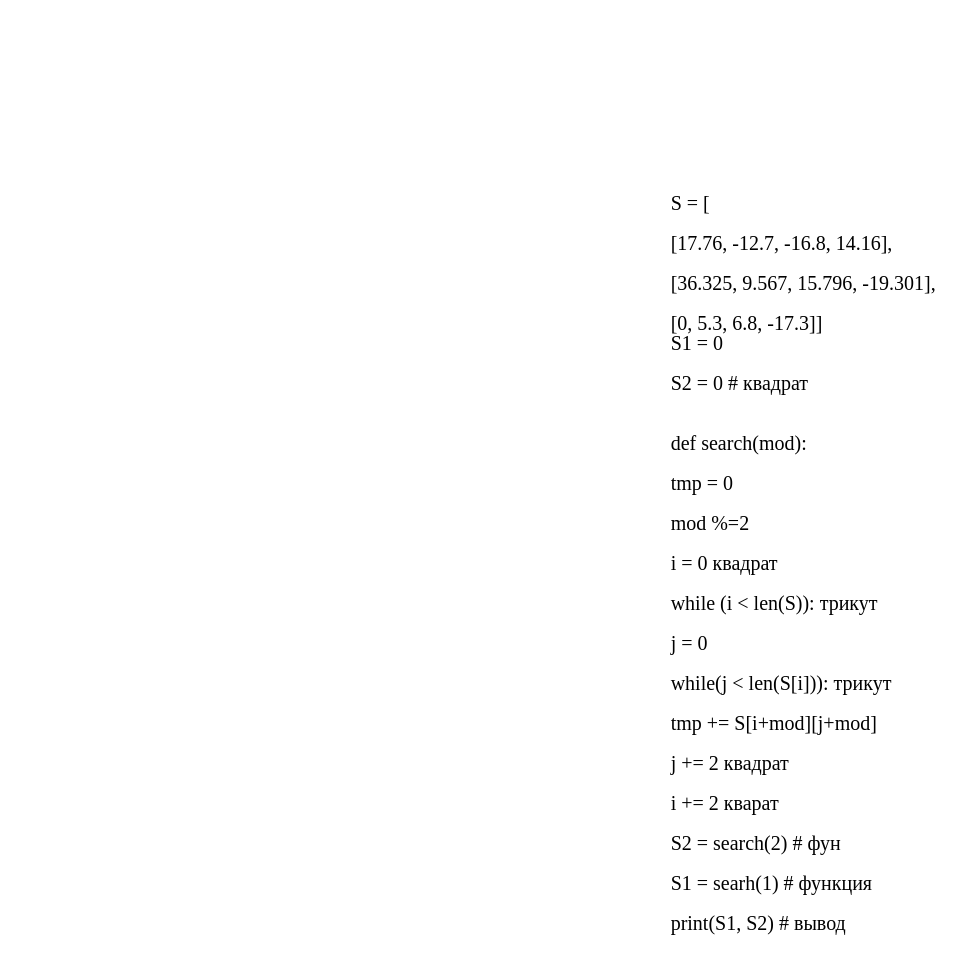
Earlier version of the draw.io diagram 4_lab_cpp.drawio (CyTon-Code/C). Source tidied: cells renumbered, new cells numbered last; positions are measured from the earlier drawing's top-left corner, leaving out a move shared by most shapes. Both pictures are drawn from the tidied source at 125%, with x=0, y=0 at pixel (659, 171).
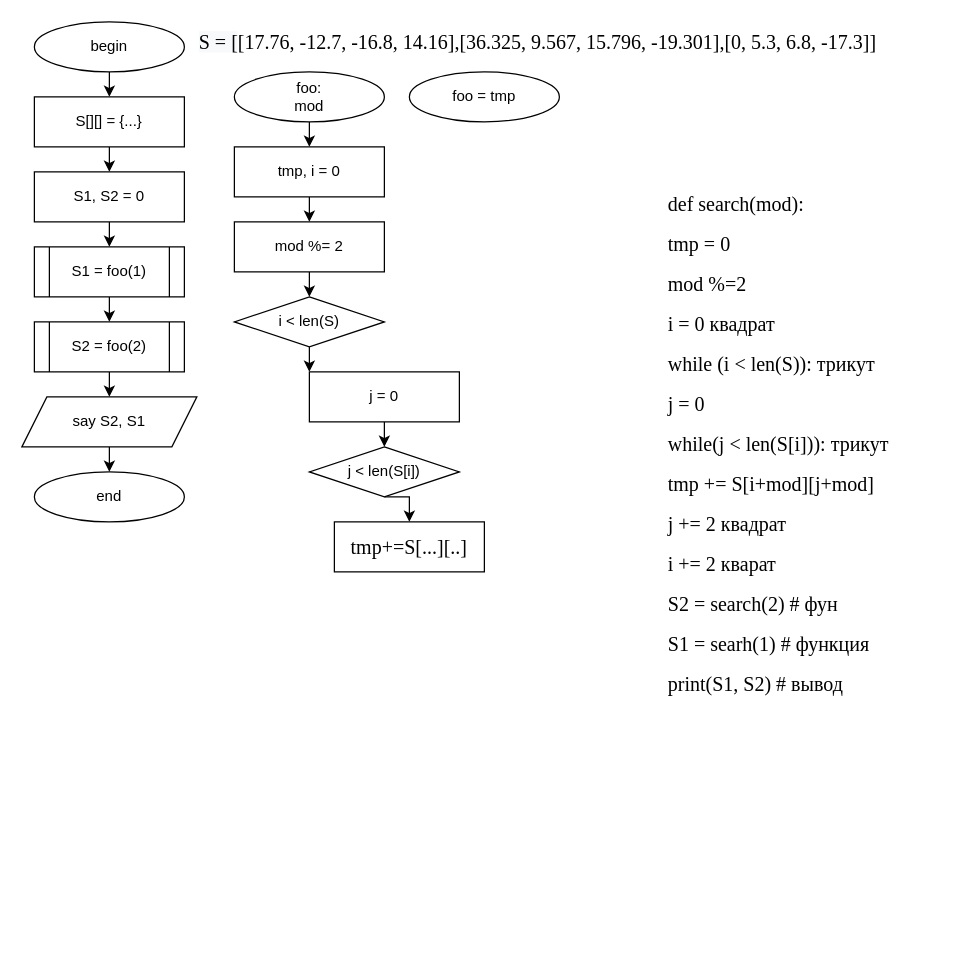
After the change.

Diff of the diagram source:
```diff
@@
-    <mxCell id="2" value="&lt;p class=&quot;western&quot; align=&quot;left&quot; style=&quot;margin-bottom: 0cm ; direction: ltr ; line-height: 16px ; text-align: left ; background: transparent ; font-family: &amp;#34;liberation serif&amp;#34; , serif ; font-size: 12pt&quot;&gt;S = [&lt;/p&gt;&lt;p class=&quot;western&quot; align=&quot;left&quot; style=&quot;margin-bottom: 0cm ; direction: ltr ; line-height: 16px ; text-align: left ; background: transparent ; font-family: &amp;#34;liberation serif&amp;#34; , serif ; font-size: 12pt&quot;&gt;[17.76, -12.7, -16.8, 14.16],&lt;/p&gt;&lt;p class=&quot;western&quot; align=&quot;left&quot; style=&quot;margin-bottom: 0cm ; direction: ltr ; line-height: 16px ; text-align: left ; background: transparent ; font-family: &amp;#34;liberation serif&amp;#34; , serif ; font-size: 12pt&quot;&gt;[36.325, 9.567, 15.796, -19.301],&lt;/p&gt;&lt;p class=&quot;western&quot; align=&quot;left&quot; style=&quot;margin-bottom: 0cm ; direction: ltr ; line-height: 16px ; text-align: left ; background: transparent ; font-family: &amp;#34;liberation serif&amp;#34; , serif ; font-size: 12pt&quot;&gt;[0, 5.3, 6.8, -17.3]]&lt;br&gt;S1 = 0&lt;/p&gt;&lt;p class=&quot;western&quot; align=&quot;left&quot; style=&quot;margin-bottom: 0cm ; direction: ltr ; line-height: 16px ; text-align: left ; background: transparent ; font-family: &amp;#34;liberation serif&amp;#34; , serif ; font-size: 12pt&quot;&gt;S2 = 0 # квадрат&lt;/p&gt;&lt;p class=&quot;western&quot; align=&quot;left&quot; style=&quot;margin-bottom: 0cm ; direction: ltr ; line-height: 16px ; text-align: left ; background: transparent ; font-family: &amp;#34;liberation serif&amp;#34; , serif ; font-size: 12pt&quot;&gt;&lt;br&gt;def search(mod):&lt;/p&gt;&lt;p class=&quot;western&quot; align=&quot;left&quot; style=&quot;margin-bottom: 0cm ; direction: ltr ; line-height: 16px ; text-align: left ; background: transparent ; font-family: &amp;#34;liberation serif&amp;#34; , serif ; font-size: 12pt&quot;&gt;tmp = 0&lt;/p&gt;&lt;p class=&quot;western&quot; align=&quot;left&quot; style=&quot;margin-bottom: 0cm ; direction: ltr ; line-height: 16px ; text-align: left ; background: transparent ; font-family: &amp;#34;liberation serif&amp;#34; , serif ; font-size: 12pt&quot;&gt;mod %=2&lt;/p&gt;&lt;p class=&quot;western&quot; align=&quot;left&quot; style=&quot;margin-bottom: 0cm ; direction: ltr ; line-height: 16px ; text-align: left ; background: transparent ; font-family: &amp;#34;liberation serif&amp;#34; , serif ; font-size: 12pt&quot;&gt;i = 0 квадрат&lt;/p&gt;&lt;p class=&quot;western&quot; align=&quot;left&quot; style=&quot;margin-bottom: 0cm ; direction: ltr ; line-height: 16px ; text-align: left ; background: transparent ; font-family: &amp;#34;liberation serif&amp;#34; , serif ; font-size: 12pt&quot;&gt;while (i &amp;lt; len(S)): трикут&lt;/p&gt;&lt;p class=&quot;western&quot; align=&quot;left&quot; style=&quot;margin-bottom: 0cm ; direction: ltr ; line-height: 16px ; text-align: left ; background: transparent ; font-family: &amp;#34;liberation serif&amp;#34; , serif ; font-size: 12pt&quot;&gt;j = 0&lt;/p&gt;&lt;p class=&quot;western&quot; align=&quot;left&quot; style=&quot;margin-bottom: 0cm ; direction: ltr ; line-height: 16px ; text-align: left ; background: transparent ; font-family: &amp;#34;liberation serif&amp;#34; , serif ; font-size: 12pt&quot;&gt;while(j &amp;lt; len(S[i])): трикут&lt;/p&gt;&lt;p class=&quot;western&quot; align=&quot;left&quot; style=&quot;margin-bottom: 0cm ; direction: ltr ; line-height: 16px ; text-align: left ; background: transparent ; font-family: &amp;#34;liberation serif&amp;#34; , serif ; font-size: 12pt&quot;&gt;tmp += S[i+mod][j+mod]&lt;/p&gt;&lt;p class=&quot;western&quot; align=&quot;left&quot; style=&quot;margin-bottom: 0cm ; direction: ltr ; line-height: 16px ; text-align: left ; background: transparent ; font-family: &amp;#34;liberation serif&amp;#34; , serif ; font-size: 12pt&quot;&gt;j += 2 квадрат&lt;/p&gt;&lt;p class=&quot;western&quot; align=&quot;left&quot; style=&quot;margin-bottom: 0cm ; direction: ltr ; line-height: 16px ; text-align: left ; background: transparent ; font-family: &amp;#34;liberation serif&amp;#34; , serif ; font-size: 12pt&quot;&gt;i += 2 кварат&lt;/p&gt;&lt;p class=&quot;western&quot; align=&quot;left&quot; style=&quot;margin-bottom: 0cm ; direction: ltr ; line-height: 16px ; text-align: left ; background: transparent ; font-family: &amp;#34;liberation serif&amp;#34; , serif ; font-size: 12pt&quot;&gt;S2 = search(2) # фун&lt;/p&gt;&lt;p class=&quot;western&quot; align=&quot;left&quot; style=&quot;margin-bottom: 0cm ; direction: ltr ; line-height: 16px ; text-align: left ; background: transparent ; font-family: &amp;#34;liberation serif&amp;#34; , serif ; font-size: 12pt&quot;&gt;S1 = searh(1) # функция&lt;/p&gt;&lt;p class=&quot;western&quot; align=&quot;left&quot; style=&quot;margin-bottom: 0cm ; direction: ltr ; line-height: 16px ; text-align: left ; background: transparent ; font-family: &amp;#34;liberation serif&amp;#34; , serif ; font-size: 12pt&quot;&gt;print(S1, S2) # вывод&lt;/p&gt;" style="text;html=1;align=center;verticalAlign=middle;" parent="1" vertex="1">
-      <mxGeometry width="230" height="610" as="geometry" />
+    <mxCell id="2" value="&lt;p class=&quot;western&quot; align=&quot;left&quot; style=&quot;margin-bottom: 0cm ; direction: ltr ; line-height: 16px ; text-align: left ; background: transparent ; font-family: &amp;#34;liberation serif&amp;#34; , serif ; font-size: 12pt&quot;&gt;&lt;span style=&quot;background-color: transparent ; font-size: 12pt&quot;&gt;def search(mod):&lt;/span&gt;&lt;br&gt;&lt;/p&gt;&lt;p class=&quot;western&quot; align=&quot;left&quot; style=&quot;margin-bottom: 0cm ; direction: ltr ; line-height: 16px ; text-align: left ; background: transparent ; font-family: &amp;#34;liberation serif&amp;#34; , serif ; font-size: 12pt&quot;&gt;tmp = 0&lt;/p&gt;&lt;p class=&quot;western&quot; align=&quot;left&quot; style=&quot;margin-bottom: 0cm ; direction: ltr ; line-height: 16px ; text-align: left ; background: transparent ; font-family: &amp;#34;liberation serif&amp;#34; , serif ; font-size: 12pt&quot;&gt;mod %=2&lt;/p&gt;&lt;p class=&quot;western&quot; align=&quot;left&quot; style=&quot;margin-bottom: 0cm ; direction: ltr ; line-height: 16px ; text-align: left ; background: transparent ; font-family: &amp;#34;liberation serif&amp;#34; , serif ; font-size: 12pt&quot;&gt;i = 0 квадрат&lt;/p&gt;&lt;p class=&quot;western&quot; align=&quot;left&quot; style=&quot;margin-bottom: 0cm ; direction: ltr ; line-height: 16px ; text-align: left ; background: transparent ; font-family: &amp;#34;liberation serif&amp;#34; , serif ; font-size: 12pt&quot;&gt;while (i &amp;lt; len(S)): трикут&lt;/p&gt;&lt;p class=&quot;western&quot; align=&quot;left&quot; style=&quot;margin-bottom: 0cm ; direction: ltr ; line-height: 16px ; text-align: left ; background: transparent ; font-family: &amp;#34;liberation serif&amp;#34; , serif ; font-size: 12pt&quot;&gt;j = 0&lt;/p&gt;&lt;p class=&quot;western&quot; align=&quot;left&quot; style=&quot;margin-bottom: 0cm ; direction: ltr ; line-height: 16px ; text-align: left ; background: transparent ; font-family: &amp;#34;liberation serif&amp;#34; , serif ; font-size: 12pt&quot;&gt;while(j &amp;lt; len(S[i])): трикут&lt;/p&gt;&lt;p class=&quot;western&quot; align=&quot;left&quot; style=&quot;margin-bottom: 0cm ; direction: ltr ; line-height: 16px ; text-align: left ; background: transparent ; font-family: &amp;#34;liberation serif&amp;#34; , serif ; font-size: 12pt&quot;&gt;tmp += S[i+mod][j+mod]&lt;/p&gt;&lt;p class=&quot;western&quot; align=&quot;left&quot; style=&quot;margin-bottom: 0cm ; direction: ltr ; line-height: 16px ; text-align: left ; background: transparent ; font-family: &amp;#34;liberation serif&amp;#34; , serif ; font-size: 12pt&quot;&gt;j += 2 квадрат&lt;/p&gt;&lt;p class=&quot;western&quot; align=&quot;left&quot; style=&quot;margin-bottom: 0cm ; direction: ltr ; line-height: 16px ; text-align: left ; background: transparent ; font-family: &amp;#34;liberation serif&amp;#34; , serif ; font-size: 12pt&quot;&gt;i += 2 кварат&lt;/p&gt;&lt;p class=&quot;western&quot; align=&quot;left&quot; style=&quot;margin-bottom: 0cm ; direction: ltr ; line-height: 16px ; text-align: left ; background: transparent ; font-family: &amp;#34;liberation serif&amp;#34; , serif ; font-size: 12pt&quot;&gt;S2 = search(2) # фун&lt;/p&gt;&lt;p class=&quot;western&quot; align=&quot;left&quot; style=&quot;margin-bottom: 0cm ; direction: ltr ; line-height: 16px ; text-align: left ; background: transparent ; font-family: &amp;#34;liberation serif&amp;#34; , serif ; font-size: 12pt&quot;&gt;S1 = searh(1) # функция&lt;/p&gt;&lt;p class=&quot;western&quot; align=&quot;left&quot; style=&quot;margin-bottom: 0cm ; direction: ltr ; line-height: 16px ; text-align: left ; background: transparent ; font-family: &amp;#34;liberation serif&amp;#34; , serif ; font-size: 12pt&quot;&gt;print(S1, S2) # вывод&lt;/p&gt;" style="text;html=1;align=center;verticalAlign=middle;" parent="1" vertex="1">
+      <mxGeometry width="190" height="420" as="geometry" />
     </mxCell>
+    <mxCell id="3" style="edgeStyle=orthogonalEdgeStyle;rounded=0;jettySize=auto;html=1;exitX=0.5;exitY=1;exitDx=0;exitDy=0;entryX=0.5;entryY=0;entryDx=0;entryDy=0;" parent="1" edge="1" source="4" target="6">
+      <mxGeometry relative="1" as="geometry" />
+    </mxCell>
+    <mxCell id="4" value="begin" style="ellipse;whiteSpace=wrap;html=1;" parent="1" vertex="1">
+      <mxGeometry x="-500" y="-120" width="120" height="40" as="geometry" />
+    </mxCell>
+    <mxCell id="5" style="edgeStyle=orthogonalEdgeStyle;rounded=0;jettySize=auto;html=1;exitX=0.5;exitY=1;exitDx=0;exitDy=0;entryX=0.5;entryY=0;entryDx=0;entryDy=0;" parent="1" edge="1" source="6" target="9">
+      <mxGeometry relative="1" as="geometry" />
+    </mxCell>
+    <mxCell id="6" value="S[][] = {...}" style="rounded=0;whiteSpace=wrap;html=1;" parent="1" vertex="1">
+      <mxGeometry x="-500" y="-60" width="120" height="40" as="geometry" />
+    </mxCell>
+    <mxCell id="7" value="&lt;span style=&quot;color: rgb(0, 0, 0); font-family: &amp;quot;liberation serif&amp;quot;, serif; font-size: 16px; font-style: normal; font-weight: 400; letter-spacing: normal; text-align: left; text-indent: 0px; text-transform: none; word-spacing: 0px; background-color: rgb(248, 249, 250); display: inline; float: none;&quot;&gt;S = [&lt;/span&gt;&lt;span style=&quot;color: rgb(0, 0, 0); font-family: &amp;quot;liberation serif&amp;quot;, serif; font-size: 12pt; font-style: normal; font-weight: 400; letter-spacing: normal; text-align: left; text-indent: 0px; text-transform: none; word-spacing: 0px; background-color: transparent;&quot;&gt;[17.76, -12.7, -16.8, 14.16],&lt;/span&gt;&lt;span style=&quot;color: rgb(0, 0, 0); font-family: &amp;quot;liberation serif&amp;quot;, serif; font-size: 12pt; font-style: normal; font-weight: 400; letter-spacing: normal; text-align: left; text-indent: 0px; text-transform: none; word-spacing: 0px; background-color: transparent;&quot;&gt;[36.325, 9.567, 15.796, -19.301],&lt;/span&gt;&lt;span style=&quot;color: rgb(0, 0, 0); font-family: &amp;quot;liberation serif&amp;quot;, serif; font-size: 12pt; font-style: normal; font-weight: 400; letter-spacing: normal; text-align: left; text-indent: 0px; text-transform: none; word-spacing: 0px; background-color: transparent;&quot;&gt;[0, 5.3, 6.8, -17.3]]&lt;/span&gt;" style="text;whiteSpace=wrap;html=1;" parent="1" vertex="1">
+      <mxGeometry x="-370" y="-120" width="550" height="50" as="geometry" />
+    </mxCell>
+    <mxCell id="8" style="edgeStyle=orthogonalEdgeStyle;rounded=0;jettySize=auto;html=1;exitX=0.5;exitY=1;exitDx=0;exitDy=0;entryX=0.5;entryY=0;entryDx=0;entryDy=0;" parent="1" edge="1" source="9" target="11">
+      <mxGeometry relative="1" as="geometry" />
+    </mxCell>
+    <mxCell id="9" value="S1, S2 = 0" style="rounded=0;whiteSpace=wrap;html=1;" parent="1" vertex="1">
+      <mxGeometry x="-500" width="120" height="40" as="geometry" />
+    </mxCell>
+    <mxCell id="10" style="edgeStyle=orthogonalEdgeStyle;rounded=0;jettySize=auto;html=1;exitX=0.5;exitY=1;exitDx=0;exitDy=0;entryX=0.5;entryY=0;entryDx=0;entryDy=0;" parent="1" edge="1" source="11" target="13">
+      <mxGeometry relative="1" as="geometry" />
+    </mxCell>
+    <mxCell id="11" value="S1 = foo(1)" style="shape=process;whiteSpace=wrap;html=1;backgroundOutline=1;" parent="1" vertex="1">
+      <mxGeometry x="-500" y="60" width="120" height="40" as="geometry" />
+    </mxCell>
+    <mxCell id="12" style="edgeStyle=orthogonalEdgeStyle;rounded=0;jettySize=auto;html=1;exitX=0.5;exitY=1;exitDx=0;exitDy=0;entryX=0.5;entryY=0;entryDx=0;entryDy=0;" parent="1" edge="1" source="13" target="15">
+      <mxGeometry relative="1" as="geometry" />
+    </mxCell>
+    <mxCell id="13" value="S2 = foo(2)" style="shape=process;whiteSpace=wrap;html=1;backgroundOutline=1;" parent="1" vertex="1">
+      <mxGeometry x="-500" y="120" width="120" height="40" as="geometry" />
+    </mxCell>
+    <mxCell id="14" style="edgeStyle=orthogonalEdgeStyle;rounded=0;jettySize=auto;html=1;exitX=0.5;exitY=1;exitDx=0;exitDy=0;entryX=0.5;entryY=0;entryDx=0;entryDy=0;" parent="1" edge="1" source="15" target="19">
+      <mxGeometry relative="1" as="geometry" />
+    </mxCell>
+    <mxCell id="15" value="say S2, S1" style="shape=parallelogram;perimeter=parallelogramPerimeter;whiteSpace=wrap;html=1;fixedSize=1;" parent="1" vertex="1">
+      <mxGeometry x="-510" y="180" width="140" height="40" as="geometry" />
+    </mxCell>
+    <mxCell id="16" style="edgeStyle=orthogonalEdgeStyle;rounded=0;jettySize=auto;html=1;exitX=0.5;exitY=1;exitDx=0;exitDy=0;entryX=0.5;entryY=0;entryDx=0;entryDy=0;" parent="1" edge="1" source="17" target="21">
+      <mxGeometry relative="1" as="geometry" />
+    </mxCell>
+    <mxCell id="17" value="foo:&lt;br&gt;mod" style="ellipse;whiteSpace=wrap;html=1;" parent="1" vertex="1">
+      <mxGeometry x="-340" y="-80" width="120" height="40" as="geometry" />
+    </mxCell>
+    <mxCell id="18" value="foo = tmp" style="ellipse;whiteSpace=wrap;html=1;" parent="1" vertex="1">
+      <mxGeometry x="-200" y="-80" width="120" height="40" as="geometry" />
+    </mxCell>
+    <mxCell id="19" value="end" style="ellipse;whiteSpace=wrap;html=1;" parent="1" vertex="1">
+      <mxGeometry x="-500" y="240" width="120" height="40" as="geometry" />
+    </mxCell>
+    <mxCell id="20" style="edgeStyle=orthogonalEdgeStyle;rounded=0;jettySize=auto;html=1;exitX=0.5;exitY=1;exitDx=0;exitDy=0;entryX=0.5;entryY=0;entryDx=0;entryDy=0;" parent="1" edge="1" source="21" target="23">
+      <mxGeometry relative="1" as="geometry" />
+    </mxCell>
+    <mxCell id="21" value="tmp, i = 0" style="rounded=0;whiteSpace=wrap;html=1;" parent="1" vertex="1">
+      <mxGeometry x="-340" y="-20" width="120" height="40" as="geometry" />
+    </mxCell>
+    <mxCell id="22" style="edgeStyle=orthogonalEdgeStyle;rounded=0;jettySize=auto;html=1;exitX=0.5;exitY=1;exitDx=0;exitDy=0;entryX=0.5;entryY=0;entryDx=0;entryDy=0;" parent="1" edge="1" source="23">
+      <mxGeometry relative="1" as="geometry">
+        <mxPoint x="-280" y="100" as="targetPoint" />
+      </mxGeometry>
+    </mxCell>
+    <mxCell id="23" value="mod %= 2" style="rounded=0;whiteSpace=wrap;html=1;" parent="1" vertex="1">
+      <mxGeometry x="-340" y="40" width="120" height="40" as="geometry" />
+    </mxCell>
+    <mxCell id="24" style="edgeStyle=orthogonalEdgeStyle;rounded=0;jettySize=auto;html=1;exitX=0.5;exitY=1;exitDx=0;exitDy=0;entryX=0;entryY=0;entryDx=0;entryDy=0;" parent="1" edge="1" source="25" target="27">
+      <mxGeometry relative="1" as="geometry" />
+    </mxCell>
+    <mxCell id="25" value="i &amp;lt; len(S)" style="rhombus;whiteSpace=wrap;html=1;" parent="1" vertex="1">
+      <mxGeometry x="-340" y="100" width="120" height="40" as="geometry" />
+    </mxCell>
+    <mxCell id="26" style="edgeStyle=orthogonalEdgeStyle;rounded=0;jettySize=auto;html=1;exitX=0.5;exitY=1;exitDx=0;exitDy=0;entryX=0.5;entryY=0;entryDx=0;entryDy=0;" parent="1" edge="1" source="27" target="29">
+      <mxGeometry relative="1" as="geometry" />
+    </mxCell>
+    <mxCell id="27" value="j = 0" style="rounded=0;whiteSpace=wrap;html=1;" parent="1" vertex="1">
+      <mxGeometry x="-280" y="160" width="120" height="40" as="geometry" />
+    </mxCell>
+    <mxCell id="28" style="edgeStyle=orthogonalEdgeStyle;rounded=0;jettySize=auto;html=1;exitX=0.5;exitY=1;exitDx=0;exitDy=0;entryX=0.5;entryY=0;entryDx=0;entryDy=0;" parent="1" edge="1" source="29" target="30">
+      <mxGeometry relative="1" as="geometry" />
+    </mxCell>
+    <mxCell id="29" value="j &amp;lt; len(S[i])" style="rhombus;whiteSpace=wrap;html=1;" parent="1" vertex="1">
+      <mxGeometry x="-280" y="220" width="120" height="40" as="geometry" />
+    </mxCell>
+    <mxCell id="30" value="&lt;span style=&quot;font-family: &amp;#34;liberation serif&amp;#34; , serif ; font-size: 16px ; text-align: left&quot;&gt;tmp+=S[...][..]&lt;/span&gt;" style="rounded=0;whiteSpace=wrap;html=1;" parent="1" vertex="1">
+      <mxGeometry x="-260" y="280" width="120" height="40" as="geometry" />
+    </mxCell>
```
